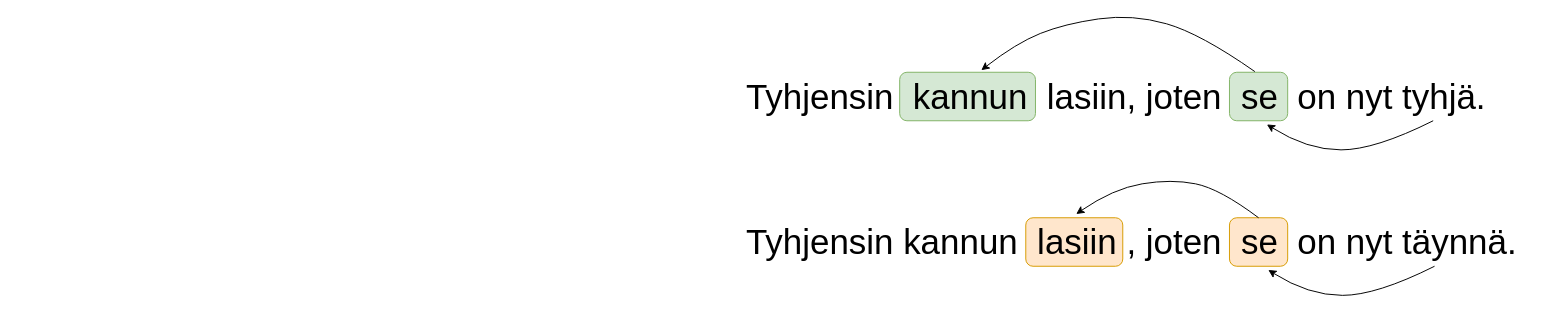
Before: Nimetön kaavio.drawio in mmanteli/gradu, a draw.io diagram. Source tidied: cells renumbered, new cells numbered last; positions are measured from the earlier drawing's top-left corner, leaving out a move shared by most shapes. Both pictures are drawn from the tidied source at 97%, with x=0, y=0 at pixel (744, 14).
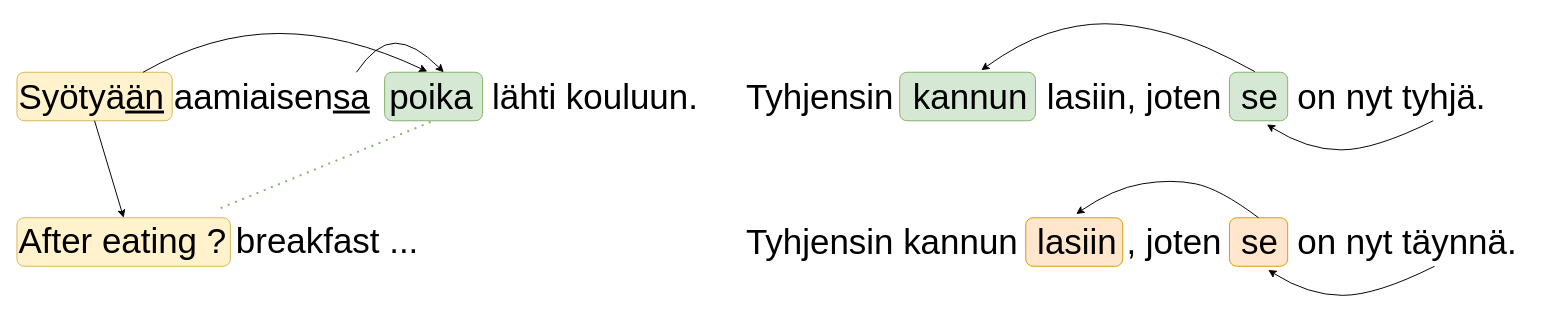
After the change.

Unchanged cells that the change refers to:
```xml
<mxCell id="4" style="rounded=1;whiteSpace=wrap;html=1;fontSize=36;fillColor=#d5e8d4;strokeColor=#82b366;" parent="1" vertex="1">
  <mxGeometry x="160" y="60" width="140" height="50" as="geometry" />
</mxCell>
<mxCell id="5" style="rounded=1;whiteSpace=wrap;html=1;fontSize=36;fillColor=#d5e8d4;strokeColor=#82b366;" parent="1" vertex="1">
  <mxGeometry x="500" y="60" width="60" height="50" as="geometry" />
</mxCell>
```

The edit, as a diff of the source:
```diff
@@
+    <mxCell id="12" style="rounded=1;whiteSpace=wrap;html=1;fontSize=36;fillColor=#fff2cc;strokeColor=#d6b656;" parent="1" vertex="1">
+      <mxGeometry x="-750" y="210" width="220" height="50" as="geometry" />
+    </mxCell>
+    <mxCell id="13" style="rounded=1;whiteSpace=wrap;html=1;fontSize=36;fillColor=#fff2cc;strokeColor=#d6b656;" parent="1" vertex="1">
+      <mxGeometry x="-750" y="60" width="160" height="50" as="geometry" />
+    </mxCell>
@@
-    <mxCell id="6" value="&lt;div style=&quot;font-size: 36px;&quot; align=&quot;left&quot;&gt;&lt;font style=&quot;font-size: 36px;&quot;&gt;Tyhjensin&amp;nbsp; kannun&amp;nbsp; lasiin, joten&amp;nbsp; se&amp;nbsp; on nyt tyhjä.&lt;/font&gt;&lt;/div&gt;" style="text;html=1;strokeColor=none;fillColor=none;align=left;verticalAlign=middle;whiteSpace=wrap;rounded=0;" parent="1" vertex="1">
+    <mxCell id="6" value="&lt;div style=&quot;font-size: 36px;&quot; align=&quot;left&quot;&gt;&lt;font style=&quot;font-size: 36px;&quot;&gt;Tyhjensin&amp;nbsp; kannun&amp;nbsp; lasiin, joten&amp;nbsp; se&amp;nbsp; on nyt tyhjä.&lt;/font&gt;&lt;/div&gt;" style="text;html=1;strokeColor=none;fillColor=none;align=left;verticalAlign=middle;whiteSpace=wrap;rounded=0;fontSize=36;" parent="1" vertex="1">
       <mxGeometry y="70" width="820" height="30" as="geometry" />
     </mxCell>
-    <mxCell id="7" value="&lt;div style=&quot;font-size: 36px;&quot; align=&quot;left&quot;&gt;&lt;font style=&quot;font-size: 36px;&quot;&gt;Tyhjensin kannun&amp;nbsp; lasiin , joten&amp;nbsp; se&amp;nbsp; on nyt täynnä.&lt;br&gt;&lt;/font&gt;&lt;/div&gt;" style="text;html=1;strokeColor=none;fillColor=none;align=left;verticalAlign=middle;whiteSpace=wrap;rounded=0;" parent="1" vertex="1">
+    <mxCell id="7" value="&lt;div style=&quot;font-size: 36px;&quot; align=&quot;left&quot;&gt;&lt;font style=&quot;font-size: 36px;&quot;&gt;Tyhjensin kannun&amp;nbsp; lasiin , joten&amp;nbsp; se&amp;nbsp; on nyt täynnä.&lt;br style=&quot;font-size: 36px;&quot;&gt;&lt;/font&gt;&lt;/div&gt;" style="text;html=1;strokeColor=none;fillColor=none;align=left;verticalAlign=middle;whiteSpace=wrap;rounded=0;fontSize=36;" parent="1" vertex="1">
       <mxGeometry y="220" width="820" height="30" as="geometry" />
     </mxCell>
     <mxCell id="8" style="curved=1;endArrow=classic;html=1;rounded=0;fontSize=36;exitX=0.436;exitY=-0.014;exitDx=0;exitDy=0;exitPerimeter=0;entryX=0.601;entryY=-0.042;entryDx=0;entryDy=0;entryPerimeter=0;" parent="1" edge="1" source="5" target="4">
       <mxGeometry relative="1" as="geometry">
         <Array as="points">
-          <mxPoint x="470" y="20" />
-          <mxPoint x="400" />
-          <mxPoint x="330" y="10" />
-          <mxPoint x="280" y="30" />
+          <mxPoint x="473" y="30" />
+          <mxPoint x="400" y="10" />
+          <mxPoint x="343" y="10" />
+          <mxPoint x="283" y="30" />
         </Array>
       </mxGeometry>
     </mxCell>
@@
+    <mxCell id="14" style="rounded=1;whiteSpace=wrap;html=1;fontSize=36;fillColor=#d5e8d4;strokeColor=#82b366;" parent="1" vertex="1">
+      <mxGeometry x="-371" y="60" width="101" height="50" as="geometry" />
+    </mxCell>
+    <mxCell id="15" style="curved=1;endArrow=classic;html=1;rounded=0;fontSize=36;entryX=0.436;entryY=-0.014;entryDx=0;entryDy=0;entryPerimeter=0;" parent="1" edge="1" target="14">
+      <mxGeometry relative="1" as="geometry">
+        <mxPoint x="-620" y="60" as="sourcePoint" />
+        <Array as="points">
+          <mxPoint x="-550" y="20" />
+          <mxPoint x="-410" y="20" />
+        </Array>
+      </mxGeometry>
+    </mxCell>
+    <mxCell id="16" value="&lt;div style=&quot;font-size: 36px;&quot; align=&quot;left&quot;&gt;&lt;font style=&quot;font-size: 36px;&quot;&gt;Syötyä&lt;u style=&quot;font-size: 36px;&quot;&gt;än&lt;/u&gt; aamiaisen&lt;u&gt;sa&lt;/u&gt;&amp;nbsp; poika&amp;nbsp; lähti kouluun.&lt;br style=&quot;font-size: 36px;&quot;&gt;&lt;/font&gt;&lt;/div&gt;" style="text;html=1;strokeColor=none;fillColor=none;align=left;verticalAlign=middle;whiteSpace=wrap;rounded=0;fontSize=36;" parent="1" vertex="1">
+      <mxGeometry x="-750" y="70" width="750" height="30" as="geometry" />
+    </mxCell>
+    <mxCell id="17" value="After eating ? breakfast ..." style="text;html=1;strokeColor=none;fillColor=none;align=left;verticalAlign=middle;whiteSpace=wrap;rounded=0;fontSize=36;" parent="1" vertex="1">
+      <mxGeometry x="-750" y="218.8" width="440" height="30" as="geometry" />
+    </mxCell>
+    <mxCell id="18" style="endArrow=classic;html=1;rounded=0;fontSize=36;exitX=0.5;exitY=1;exitDx=0;exitDy=0;entryX=0.5;entryY=0;entryDx=0;entryDy=0;" parent="1" edge="1" source="13" target="12">
+      <mxGeometry relative="1" as="geometry" />
+    </mxCell>
+    <mxCell id="19" style="endArrow=none;dashed=1;html=1;dashPattern=1 3;strokeWidth=2;rounded=0;fontSize=36;entryX=0.5;entryY=1;entryDx=0;entryDy=0;fillColor=#d5e8d4;strokeColor=#82b366;" parent="1" edge="1" target="14">
+      <mxGeometry relative="1" as="geometry">
+        <mxPoint x="-540" y="200" as="sourcePoint" />
+      </mxGeometry>
+    </mxCell>
+    <mxCell id="20" style="curved=1;endArrow=classic;html=1;rounded=0;fontSize=36;entryX=0.604;entryY=0;entryDx=0;entryDy=0;entryPerimeter=0;" parent="1" edge="1" target="14">
+      <mxGeometry relative="1" as="geometry">
+        <mxPoint x="-400" y="60" as="sourcePoint" />
+        <Array as="points">
+          <mxPoint x="-380" y="30" />
+          <mxPoint x="-340" y="30" />
+        </Array>
+      </mxGeometry>
+    </mxCell>
```
